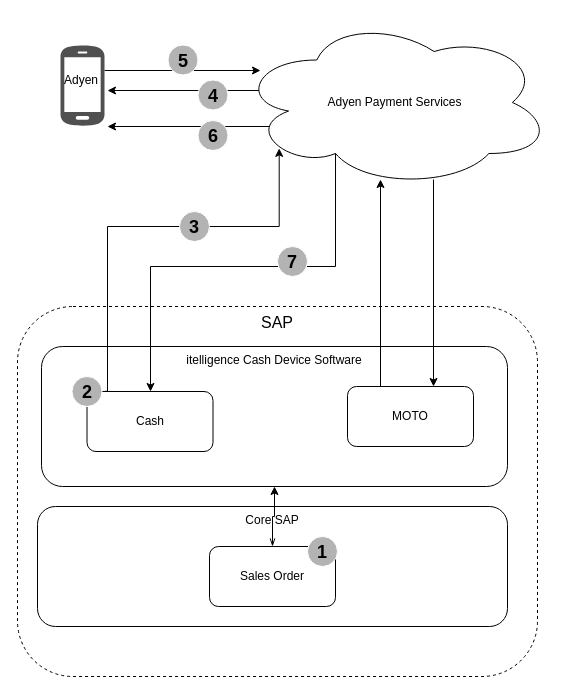
This is page "Option 2- Cash" (4 of 4) of Adyen Options.drawio from mrf742002/Diagrams, a draw.io file, before an edit. Source tidied: cells renumbered, new cells numbered last; positions are measured from the earlier drawing's top-left corner, leaving out a move shared by most shapes. Both pictures are drawn from the tidied source at 100%, with x=0, y=0 at pixel (17, 17).
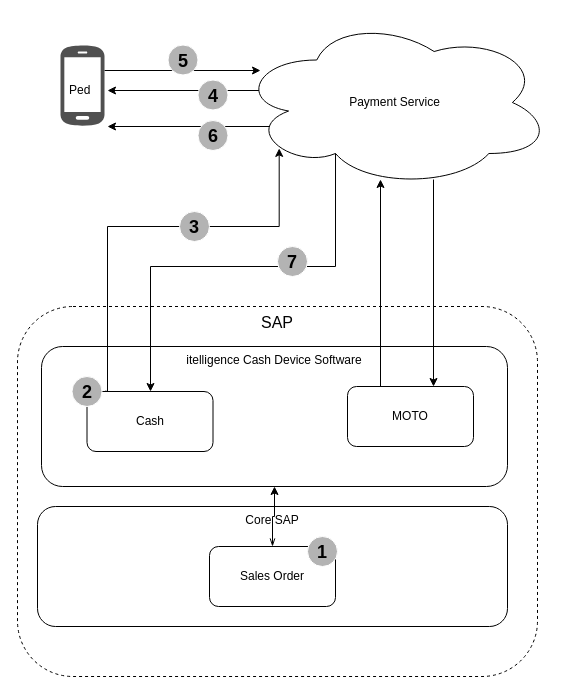
The same page after the edit.

Diff of the diagram source:
```diff
@@
-    <mxCell id="4" value="Adyen" style="text;html=1;align=left;verticalAlign=top;spacingTop=-4;fontColor=#000000;" parent="1" vertex="1">
-      <mxGeometry x="44.5" y="52.5" width="50" height="10" as="geometry" />
-    </mxCell>
@@
-    <mxCell id="7" value="Adyen Payment Services" style="ellipse;shape=cloud;whiteSpace=wrap;html=1;" parent="1" vertex="1">
+    <mxCell id="7" value="Payment Service" style="ellipse;shape=cloud;whiteSpace=wrap;html=1;" parent="1" vertex="1">
       <mxGeometry x="221" width="313" height="170" as="geometry" />
     </mxCell>
@@
+    <mxCell id="26" value="Ped" style="text;html=1;align=left;verticalAlign=top;spacingTop=-4;" parent="1" vertex="1">
+      <mxGeometry x="49.5" y="63" width="40" height="10" as="geometry" />
+    </mxCell>
```
